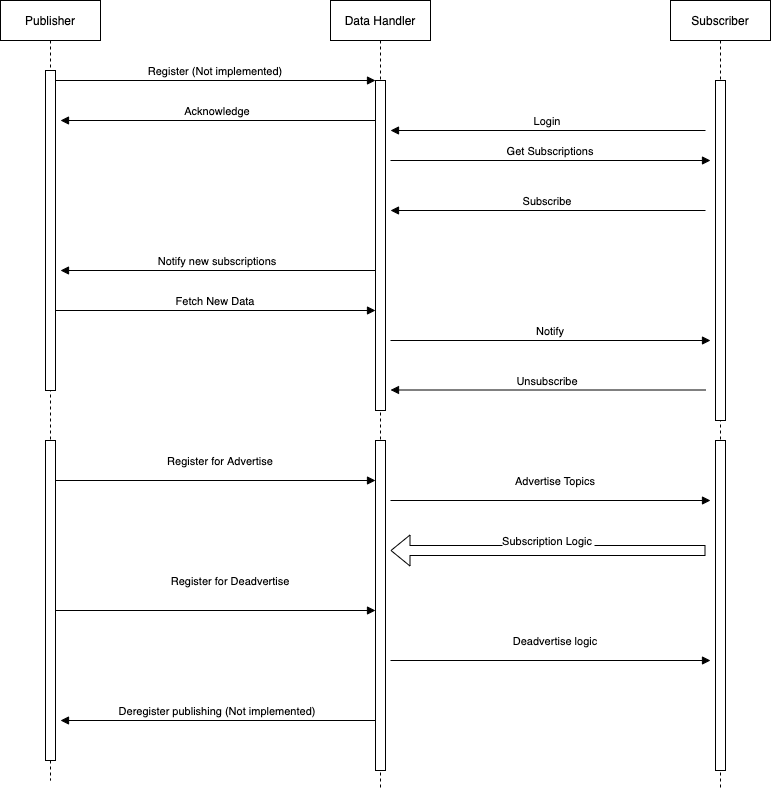
Above: DS-Project-1-Sequence.png in DaleSid/github-notifier (draw.io), before the change. Source tidied: cells renumbered, new cells last; positions are measured from the earlier drawing's top-left corner, leaving out a move shared by most shapes. Its diagram source:
```xml
<mxGraphModel>
  <root>
    <mxCell id="0" />
    <mxCell id="1" parent="0" />
    <mxCell id="2" value="Publisher" style="shape=umlLifeline;perimeter=lifelinePerimeter;rounded=0;shadow=0;strokeWidth=1;" parent="1" vertex="1">
      <mxGeometry width="100" height="780" as="geometry" />
    </mxCell>
    <mxCell id="3" style="points=[];perimeter=orthogonalPerimeter;rounded=0;shadow=0;strokeWidth=1;" parent="2" vertex="1">
      <mxGeometry x="45" y="70" width="10" height="320" as="geometry" />
    </mxCell>
    <mxCell id="4" style="perimeter=orthogonalPerimeter;rounded=0;shadow=0;strokeWidth=1;" parent="2" vertex="1">
      <mxGeometry x="45" y="440" width="10" height="320" as="geometry" />
    </mxCell>
    <mxCell id="5" value="Data Handler" style="shape=umlLifeline;perimeter=lifelinePerimeter;rounded=0;shadow=0;strokeWidth=1;" parent="1" vertex="1">
      <mxGeometry x="330" width="100" height="790" as="geometry" />
    </mxCell>
    <mxCell id="6" style="points=[];perimeter=orthogonalPerimeter;rounded=0;shadow=0;strokeWidth=1;" parent="5" vertex="1">
      <mxGeometry x="45" y="80" width="10" height="330" as="geometry" />
    </mxCell>
    <mxCell id="7" style="perimeter=orthogonalPerimeter;rounded=0;shadow=0;strokeWidth=1;" parent="5" vertex="1">
      <mxGeometry x="45" y="440" width="10" height="330" as="geometry" />
    </mxCell>
    <mxCell id="8" value="Register (Not implemented)" style="verticalAlign=bottom;endArrow=block;entryX=0;entryY=0;shadow=0;strokeWidth=1;" parent="1" edge="1" source="3" target="6">
      <mxGeometry relative="1" as="geometry" />
    </mxCell>
    <mxCell id="9" value="Acknowledge" style="verticalAlign=bottom;endArrow=block;entryX=1;entryY=0;shadow=0;strokeWidth=1;" parent="1" edge="1" source="6">
      <mxGeometry relative="1" as="geometry">
        <mxPoint x="60" y="120" as="targetPoint" />
      </mxGeometry>
    </mxCell>
    <mxCell id="10" value="Subscriber" style="shape=umlLifeline;perimeter=lifelinePerimeter;rounded=0;shadow=0;strokeWidth=1;" parent="1" vertex="1">
      <mxGeometry x="670" width="100" height="790" as="geometry" />
    </mxCell>
    <mxCell id="11" style="perimeter=orthogonalPerimeter;rounded=0;shadow=0;strokeWidth=1;" parent="10" vertex="1">
      <mxGeometry x="45" y="80" width="10" height="340" as="geometry" />
    </mxCell>
    <mxCell id="12" style="perimeter=orthogonalPerimeter;rounded=0;shadow=0;strokeWidth=1;" parent="10" vertex="1">
      <mxGeometry x="45" y="440" width="10" height="330" as="geometry" />
    </mxCell>
    <mxCell id="13" value="Login" style="verticalAlign=bottom;endArrow=block;entryX=1;entryY=0;shadow=0;strokeWidth=1;" parent="1" edge="1">
      <mxGeometry relative="1" as="geometry">
        <mxPoint x="705" y="130" as="sourcePoint" />
        <mxPoint x="390" y="130" as="targetPoint" />
      </mxGeometry>
    </mxCell>
    <mxCell id="14" value="Get Subscriptions" style="verticalAlign=bottom;endArrow=block;entryX=0;entryY=0;shadow=0;strokeWidth=1;" parent="1" edge="1">
      <mxGeometry relative="1" as="geometry">
        <mxPoint x="390" y="160" as="sourcePoint" />
        <mxPoint x="710" y="160" as="targetPoint" />
      </mxGeometry>
    </mxCell>
    <mxCell id="15" value="Subscribe" style="verticalAlign=bottom;endArrow=block;entryX=1;entryY=0;shadow=0;strokeWidth=1;" parent="1" edge="1">
      <mxGeometry relative="1" as="geometry">
        <mxPoint x="705" y="210" as="sourcePoint" />
        <mxPoint x="390" y="210" as="targetPoint" />
      </mxGeometry>
    </mxCell>
    <mxCell id="16" value="Notify new subscriptions" style="verticalAlign=bottom;endArrow=block;entryX=1;entryY=0;shadow=0;strokeWidth=1;" parent="1" edge="1">
      <mxGeometry relative="1" as="geometry">
        <mxPoint x="375" y="270" as="sourcePoint" />
        <mxPoint x="60" y="270" as="targetPoint" />
      </mxGeometry>
    </mxCell>
    <mxCell id="17" value="Fetch New Data" style="verticalAlign=bottom;endArrow=block;entryX=0;entryY=0;shadow=0;strokeWidth=1;" parent="1" edge="1">
      <mxGeometry relative="1" as="geometry">
        <mxPoint x="55" y="310" as="sourcePoint" />
        <mxPoint x="375" y="310" as="targetPoint" />
      </mxGeometry>
    </mxCell>
    <mxCell id="18" value="Notify" style="verticalAlign=bottom;endArrow=block;entryX=0;entryY=0;shadow=0;strokeWidth=1;" parent="1" edge="1">
      <mxGeometry relative="1" as="geometry">
        <mxPoint x="390" y="340" as="sourcePoint" />
        <mxPoint x="710" y="340" as="targetPoint" />
      </mxGeometry>
    </mxCell>
    <mxCell id="19" value="Register for Advertise" style="verticalAlign=bottom;endArrow=block;entryX=0;entryY=0;shadow=0;strokeWidth=1;" parent="1" edge="1">
      <mxGeometry x="0.03" y="10" relative="1" as="geometry">
        <mxPoint x="55" y="480" as="sourcePoint" />
        <mxPoint x="375" y="480" as="targetPoint" />
      </mxGeometry>
    </mxCell>
    <mxCell id="20" value="Unsubscribe" style="verticalAlign=bottom;endArrow=block;entryX=1;entryY=0;shadow=0;strokeWidth=1;" parent="1" edge="1">
      <mxGeometry relative="1" as="geometry">
        <mxPoint x="705" y="389.5" as="sourcePoint" />
        <mxPoint x="390" y="389.5" as="targetPoint" />
      </mxGeometry>
    </mxCell>
    <mxCell id="21" value="Advertise Topics" style="verticalAlign=bottom;endArrow=block;entryX=0;entryY=0;shadow=0;strokeWidth=1;" parent="1" edge="1">
      <mxGeometry x="0.03" y="10" relative="1" as="geometry">
        <mxPoint x="390" y="500" as="sourcePoint" />
        <mxPoint x="710" y="500" as="targetPoint" />
      </mxGeometry>
    </mxCell>
    <mxCell id="22" value="Subscription Logic" style="verticalAlign=bottom;endArrow=block;entryX=1;entryY=0;shadow=0;strokeWidth=1;shape=flexArrow;" parent="1" edge="1">
      <mxGeometry relative="1" as="geometry">
        <mxPoint x="705" y="550" as="sourcePoint" />
        <mxPoint x="390" y="550" as="targetPoint" />
      </mxGeometry>
    </mxCell>
    <mxCell id="23" value="Register for Deadvertise" style="verticalAlign=bottom;endArrow=block;entryX=0;entryY=0;shadow=0;strokeWidth=1;" parent="1" edge="1">
      <mxGeometry x="0.09" y="20" relative="1" as="geometry">
        <mxPoint x="55" y="610" as="sourcePoint" />
        <mxPoint x="375" y="610" as="targetPoint" />
      </mxGeometry>
    </mxCell>
    <mxCell id="24" value="Deadvertise logic" style="verticalAlign=bottom;endArrow=block;entryX=0;entryY=0;shadow=0;strokeWidth=1;" parent="1" edge="1">
      <mxGeometry x="0.03" y="10" relative="1" as="geometry">
        <mxPoint x="390" y="660" as="sourcePoint" />
        <mxPoint x="710" y="660" as="targetPoint" />
      </mxGeometry>
    </mxCell>
    <mxCell id="25" value="Deregister publishing (Not implemented)" style="verticalAlign=bottom;endArrow=block;entryX=1;entryY=0;shadow=0;strokeWidth=1;" parent="1" edge="1">
      <mxGeometry relative="1" as="geometry">
        <mxPoint x="375" y="720" as="sourcePoint" />
        <mxPoint x="60" y="720" as="targetPoint" />
      </mxGeometry>
    </mxCell>
  </root>
</mxGraphModel>
```
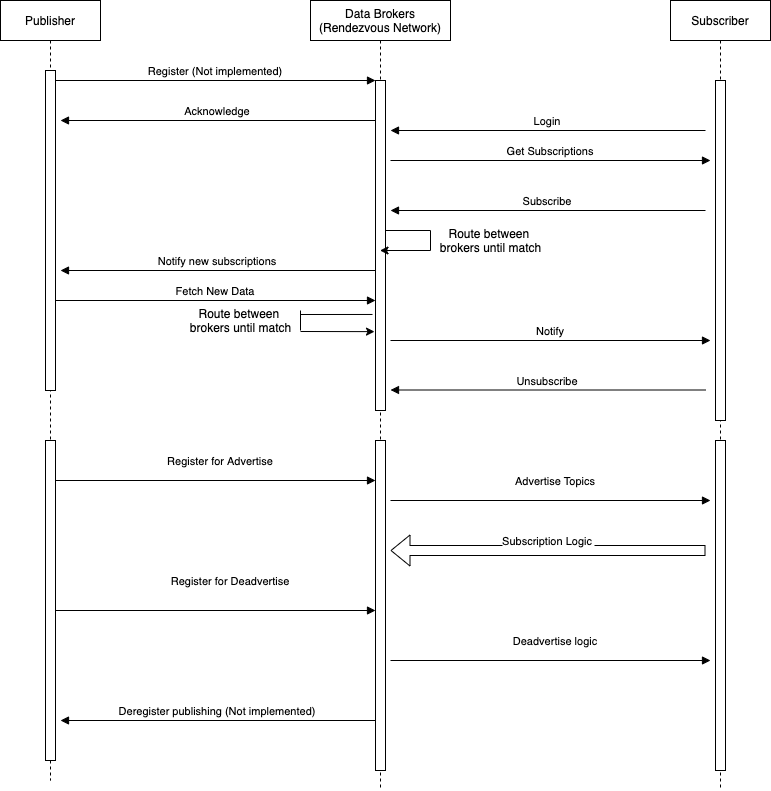
Later version of the same file.

Commit message:
Sequence Diagram update

Diff of the diagram source:
```diff
@@ -11,15 +11,25 @@
     <mxCell id="4" style="perimeter=orthogonalPerimeter;rounded=0;shadow=0;strokeWidth=1;" parent="2" vertex="1">
       <mxGeometry x="45" y="440" width="10" height="320" as="geometry" />
     </mxCell>
-    <mxCell id="5" value="Data Handler" style="shape=umlLifeline;perimeter=lifelinePerimeter;rounded=0;shadow=0;strokeWidth=1;" parent="1" vertex="1">
-      <mxGeometry x="330" width="100" height="790" as="geometry" />
+    <mxCell id="5" value="Data Brokers&#10;(Rendezvous Network)" style="shape=umlLifeline;perimeter=lifelinePerimeter;rounded=0;shadow=0;strokeWidth=1;" parent="1" vertex="1">
+      <mxGeometry x="310" width="140" height="790" as="geometry" />
     </mxCell>
     <mxCell id="6" style="points=[];perimeter=orthogonalPerimeter;rounded=0;shadow=0;strokeWidth=1;" parent="5" vertex="1">
-      <mxGeometry x="45" y="80" width="10" height="330" as="geometry" />
+      <mxGeometry x="65" y="80" width="10" height="330" as="geometry" />
     </mxCell>
     <mxCell id="7" style="perimeter=orthogonalPerimeter;rounded=0;shadow=0;strokeWidth=1;" parent="5" vertex="1">
-      <mxGeometry x="45" y="440" width="10" height="330" as="geometry" />
+      <mxGeometry x="65" y="440" width="10" height="330" as="geometry" />
     </mxCell>
+    <mxCell id="26" style="endArrow=classic;html=1;rounded=0;entryX=-0.1;entryY=0.761;entryDx=0;entryDy=0;entryPerimeter=0;" parent="5" edge="1" target="6">
+      <mxGeometry relative="1" as="geometry">
+        <mxPoint x="-10" y="331" as="sourcePoint" />
+      </mxGeometry>
+    </mxCell>
+    <mxCell id="27" style="endArrow=none;html=1;rounded=0;entryX=-0.3;entryY=0.709;entryDx=0;entryDy=0;entryPerimeter=0;" parent="5" edge="1" target="6">
+      <mxGeometry relative="1" as="geometry">
+        <mxPoint x="-10" y="314" as="sourcePoint" />
+      </mxGeometry>
+    </mxCell>
     <mxCell id="8" value="Register (Not implemented)" style="verticalAlign=bottom;endArrow=block;entryX=0;entryY=0;shadow=0;strokeWidth=1;" parent="1" edge="1" source="3" target="6">
       <mxGeometry relative="1" as="geometry" />
     </mxCell>
@@ -63,8 +73,8 @@
     </mxCell>
     <mxCell id="17" value="Fetch New Data" style="verticalAlign=bottom;endArrow=block;entryX=0;entryY=0;shadow=0;strokeWidth=1;" parent="1" edge="1">
       <mxGeometry relative="1" as="geometry">
-        <mxPoint x="55" y="310" as="sourcePoint" />
-        <mxPoint x="375" y="310" as="targetPoint" />
+        <mxPoint x="55" y="300" as="sourcePoint" />
+        <mxPoint x="375" y="300" as="targetPoint" />
       </mxGeometry>
     </mxCell>
     <mxCell id="18" value="Notify" style="verticalAlign=bottom;endArrow=block;entryX=0;entryY=0;shadow=0;strokeWidth=1;" parent="1" edge="1">
@@ -115,5 +125,33 @@
         <mxPoint x="60" y="720" as="targetPoint" />
       </mxGeometry>
     </mxCell>
+    <mxCell id="28" style="endArrow=none;html=1;rounded=0;" parent="1" edge="1">
+      <mxGeometry relative="1" as="geometry">
+        <mxPoint x="430" y="250" as="sourcePoint" />
+        <mxPoint x="430" y="230" as="targetPoint" />
+      </mxGeometry>
+    </mxCell>
+    <mxCell id="29" style="endArrow=classic;html=1;rounded=0;" parent="1" edge="1" target="5">
+      <mxGeometry relative="1" as="geometry">
+        <mxPoint x="430" y="250" as="sourcePoint" />
+      </mxGeometry>
+    </mxCell>
+    <mxCell id="30" value="Route between &lt;br&gt;brokers until match" style="text;html=1;align=center;verticalAlign=middle;strokeColor=none;fillColor=none;" parent="1" vertex="1">
+      <mxGeometry x="430" y="225" width="120" height="30" as="geometry" />
+    </mxCell>
+    <mxCell id="31" style="endArrow=none;html=1;rounded=0;" parent="1" edge="1" source="6">
+      <mxGeometry relative="1" as="geometry">
+        <mxPoint x="430" y="230" as="targetPoint" />
+      </mxGeometry>
+    </mxCell>
+    <mxCell id="32" style="endArrow=none;html=1;rounded=0;" parent="1" edge="1">
+      <mxGeometry relative="1" as="geometry">
+        <mxPoint x="300" y="330" as="sourcePoint" />
+        <mxPoint x="300" y="310" as="targetPoint" />
+      </mxGeometry>
+    </mxCell>
+    <mxCell id="33" value="Route between&amp;nbsp;&lt;br&gt;brokers until match" style="text;html=1;align=center;verticalAlign=middle;strokeColor=none;fillColor=none;" parent="1" vertex="1">
+      <mxGeometry x="180" y="305" width="120" height="30" as="geometry" />
+    </mxCell>
   </root>
 </mxGraphModel>
```
